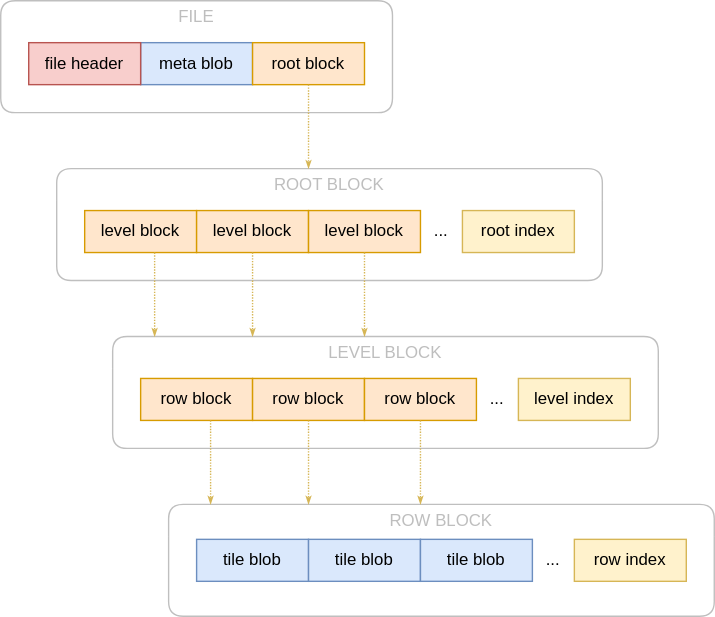
Earlier version of the draw.io export docs/file_format.svg (versatiles-org/versatiles-rs). Source tidied: cells renumbered, new cells last; positions are measured from the earlier drawing's top-left corner, leaving out a move shared by most shapes.
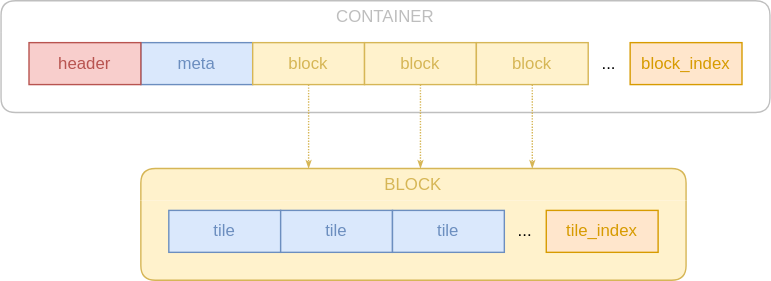
After the commit.

Change to the diagram source:
```diff
@@ -2,91 +2,55 @@
   <root>
     <mxCell id="0" />
     <mxCell id="1" parent="0" />
-    <mxCell id="2" value="FILE" style="swimlane;whiteSpace=wrap;html=1;fillColor=none;fontColor=#000000;strokeColor=#000000;swimlaneFillColor=none;swimlaneLine=0;fontStyle=0;rounded=1;opacity=25;textOpacity=25;" parent="1" vertex="1">
-      <mxGeometry width="280" height="80" as="geometry" />
+    <mxCell id="2" value="CONTAINER" style="swimlane;whiteSpace=wrap;html=1;fillColor=none;fontColor=#000000;strokeColor=#000000;swimlaneFillColor=none;swimlaneLine=0;fontStyle=0;rounded=1;opacity=25;textOpacity=25;" parent="1" vertex="1">
+      <mxGeometry width="550" height="80" as="geometry" />
     </mxCell>
-    <mxCell id="3" value="meta blob" style="rounded=0;whiteSpace=wrap;html=1;fillColor=#dae8fc;strokeColor=#6c8ebf;" parent="2" vertex="1">
+    <mxCell id="3" value="meta" style="rounded=0;whiteSpace=wrap;html=1;fillColor=#dae8fc;strokeColor=#6C8EBF;fontColor=#6C8EBF;" parent="2" vertex="1">
       <mxGeometry x="100" y="30" width="80" height="30" as="geometry" />
     </mxCell>
-    <mxCell id="4" value="root block" style="rounded=0;whiteSpace=wrap;html=1;fillColor=#ffe6cc;strokeColor=#d79b00;" parent="2" vertex="1">
-      <mxGeometry x="180" y="30" width="80" height="30" as="geometry" />
-    </mxCell>
-    <mxCell id="5" value="file header" style="rounded=0;whiteSpace=wrap;html=1;fillColor=#f8cecc;strokeColor=#b85450;fillOpacity=100;fontColor=default;" parent="2" vertex="1">
+    <mxCell id="5" value="header" style="rounded=0;whiteSpace=wrap;html=1;fillColor=#f8cecc;strokeColor=#b85450;fillOpacity=100;fontColor=#B85450;" parent="2" vertex="1">
       <mxGeometry x="20" y="30" width="80" height="30" as="geometry" />
     </mxCell>
-    <mxCell id="6" value="ROOT BLOCK" style="swimlane;whiteSpace=wrap;html=1;fillColor=none;fontColor=#000000;strokeColor=#000000;swimlaneFillColor=none;swimlaneHead=1;swimlaneBody=1;fontStyle=0;swimlaneLine=0;sketch=0;rounded=1;opacity=25;textOpacity=25;" parent="1" vertex="1">
-      <mxGeometry x="40" y="120" width="390" height="80" as="geometry" />
-    </mxCell>
-    <mxCell id="7" value="root index" style="rounded=0;whiteSpace=wrap;html=1;fillColor=#fff2cc;strokeColor=#d6b656;" parent="6" vertex="1">
-      <mxGeometry x="290" y="30" width="80" height="30" as="geometry" />
+    <mxCell id="7" value="block_index" style="rounded=0;whiteSpace=wrap;html=1;fillColor=#ffe6cc;strokeColor=#D79B00;fontColor=#D79B00;" parent="2" vertex="1">
+      <mxGeometry x="450" y="30" width="80" height="30" as="geometry" />
     </mxCell>
-    <mxCell id="8" value="level block" style="rounded=0;whiteSpace=wrap;html=1;fillColor=#ffe6cc;strokeColor=#d79b00;" parent="6" vertex="1">
-      <mxGeometry x="20" y="30" width="80" height="30" as="geometry" />
+    <mxCell id="8" value="block" style="rounded=0;whiteSpace=wrap;html=1;fillColor=#FFF2CC;strokeColor=#D6B656;swimlaneFillColor=#FFF2CC;fontColor=#D6B656;" parent="2" vertex="1">
+      <mxGeometry x="180" y="30" width="80" height="30" as="geometry" />
     </mxCell>
-    <mxCell id="9" value="..." style="text;html=1;strokeColor=none;fillColor=none;align=center;verticalAlign=middle;whiteSpace=wrap;rounded=0;" parent="6" vertex="1">
-      <mxGeometry x="260" y="30" width="30" height="30" as="geometry" />
+    <mxCell id="9" value="..." style="text;html=1;strokeColor=none;fillColor=none;align=center;verticalAlign=middle;whiteSpace=wrap;rounded=0;" parent="2" vertex="1">
+      <mxGeometry x="420" y="30" width="30" height="30" as="geometry" />
     </mxCell>
-    <mxCell id="10" value="level block" style="rounded=0;whiteSpace=wrap;html=1;fillColor=#ffe6cc;strokeColor=#d79b00;" parent="6" vertex="1">
-      <mxGeometry x="100" y="30" width="80" height="30" as="geometry" />
+    <mxCell id="10" value="block" style="rounded=0;whiteSpace=wrap;html=1;fillColor=#FFF2CC;strokeColor=#D6B656;swimlaneFillColor=#FFF2CC;fontColor=#D6B656;" parent="2" vertex="1">
+      <mxGeometry x="260" y="30" width="80" height="30" as="geometry" />
     </mxCell>
-    <mxCell id="11" value="level block" style="rounded=0;whiteSpace=wrap;html=1;fillColor=#ffe6cc;strokeColor=#d79b00;" parent="6" vertex="1">
-      <mxGeometry x="180" y="30" width="80" height="30" as="geometry" />
+    <mxCell id="11" value="block" style="rounded=0;whiteSpace=wrap;html=1;fillColor=#FFF2CC;strokeColor=#D6B656;swimlaneFillColor=#FFF2CC;fontColor=#D6B656;" parent="2" vertex="1">
+      <mxGeometry x="340" y="30" width="80" height="30" as="geometry" />
     </mxCell>
-    <mxCell id="12" value="LEVEL BLOCK" style="swimlane;whiteSpace=wrap;html=1;fillColor=none;fontColor=#000000;strokeColor=#000000;swimlaneFillColor=none;fontStyle=0;swimlaneLine=0;rounded=1;opacity=25;textOpacity=25;" parent="1" vertex="1">
-      <mxGeometry x="80" y="240" width="390" height="80" as="geometry" />
-    </mxCell>
-    <mxCell id="13" value="level index" style="rounded=0;whiteSpace=wrap;html=1;fillColor=#fff2cc;strokeColor=#d6b656;" parent="12" vertex="1">
-      <mxGeometry x="290" y="30" width="80" height="30" as="geometry" />
-    </mxCell>
-    <mxCell id="14" value="row block" style="rounded=0;whiteSpace=wrap;html=1;fillColor=#ffe6cc;strokeColor=#d79b00;" parent="12" vertex="1">
-      <mxGeometry x="20" y="30" width="80" height="30" as="geometry" />
-    </mxCell>
-    <mxCell id="15" value="..." style="text;html=1;strokeColor=none;fillColor=none;align=center;verticalAlign=middle;whiteSpace=wrap;rounded=0;" parent="12" vertex="1">
-      <mxGeometry x="260" y="30" width="30" height="30" as="geometry" />
-    </mxCell>
-    <mxCell id="16" value="row block" style="rounded=0;whiteSpace=wrap;html=1;fillColor=#ffe6cc;strokeColor=#d79b00;" parent="12" vertex="1">
-      <mxGeometry x="100" y="30" width="80" height="30" as="geometry" />
-    </mxCell>
-    <mxCell id="17" value="row block" style="rounded=0;whiteSpace=wrap;html=1;fillColor=#ffe6cc;strokeColor=#d79b00;" parent="12" vertex="1">
-      <mxGeometry x="180" y="30" width="80" height="30" as="geometry" />
-    </mxCell>
-    <mxCell id="18" value="ROW BLOCK" style="swimlane;whiteSpace=wrap;html=1;fillColor=none;fontColor=#000000;strokeColor=#000000;swimlaneFillColor=none;fontStyle=0;swimlaneLine=0;rounded=1;opacity=25;textOpacity=25;" parent="1" vertex="1">
-      <mxGeometry x="120" y="360" width="390" height="80" as="geometry" />
+    <mxCell id="18" value="BLOCK" style="swimlane;whiteSpace=wrap;html=1;fillColor=#FFF2CC;strokeColor=#D6B656;swimlaneFillColor=#FFF2CC;fontStyle=0;swimlaneLine=0;rounded=1;fontColor=#D6B656;" parent="1" vertex="1">
+      <mxGeometry x="100" y="120" width="390" height="80" as="geometry" />
     </mxCell>
-    <mxCell id="19" value="row index" style="rounded=0;whiteSpace=wrap;html=1;fillColor=#fff2cc;strokeColor=#d6b656;" parent="18" vertex="1">
-      <mxGeometry x="290" y="25" width="80" height="30" as="geometry" />
+    <mxCell id="19" value="tile_index" style="rounded=0;whiteSpace=wrap;html=1;fillColor=#ffe6cc;strokeColor=#D79B00;fontColor=#D79B00;" parent="18" vertex="1">
+      <mxGeometry x="290" y="30" width="80" height="30" as="geometry" />
     </mxCell>
-    <mxCell id="20" value="tile blob" style="rounded=0;whiteSpace=wrap;html=1;fillColor=#dae8fc;strokeColor=#6c8ebf;" parent="18" vertex="1">
-      <mxGeometry x="20" y="25" width="80" height="30" as="geometry" />
+    <mxCell id="20" value="tile" style="rounded=0;whiteSpace=wrap;html=1;fillColor=#dae8fc;strokeColor=#6c8ebf;fontColor=#6C8EBF;" parent="18" vertex="1">
+      <mxGeometry x="20" y="30" width="80" height="30" as="geometry" />
     </mxCell>
     <mxCell id="21" value="..." style="text;html=1;strokeColor=none;fillColor=none;align=center;verticalAlign=middle;whiteSpace=wrap;rounded=0;" parent="18" vertex="1">
-      <mxGeometry x="260" y="25" width="30" height="30" as="geometry" />
+      <mxGeometry x="260" y="30" width="30" height="30" as="geometry" />
     </mxCell>
-    <mxCell id="22" value="tile blob" style="rounded=0;whiteSpace=wrap;html=1;fillColor=#dae8fc;strokeColor=#6c8ebf;" parent="18" vertex="1">
-      <mxGeometry x="100" y="25" width="80" height="30" as="geometry" />
+    <mxCell id="22" value="tile" style="rounded=0;whiteSpace=wrap;html=1;fillColor=#dae8fc;strokeColor=#6c8ebf;fontColor=#6C8EBF;" parent="18" vertex="1">
+      <mxGeometry x="100" y="30" width="80" height="30" as="geometry" />
     </mxCell>
-    <mxCell id="23" value="tile blob" style="rounded=0;whiteSpace=wrap;html=1;fillColor=#dae8fc;strokeColor=#6c8ebf;" parent="18" vertex="1">
-      <mxGeometry x="180" y="25" width="80" height="30" as="geometry" />
+    <mxCell id="23" value="tile" style="rounded=0;whiteSpace=wrap;html=1;fillColor=#dae8fc;strokeColor=#6c8ebf;fontColor=#6C8EBF;" parent="18" vertex="1">
+      <mxGeometry x="180" y="30" width="80" height="30" as="geometry" />
     </mxCell>
-    <mxCell id="24" style="jettySize=auto;html=1;rounded=0;strokeColor=#d6b656;fillColor=#fff2cc;endArrow=classicThin;endFill=1;strokeWidth=1;endSize=3;startSize=3;sketch=0;edgeStyle=elbowEdgeStyle;dashed=1;dashPattern=1 1;" parent="1" edge="1" source="14" target="18">
-      <mxGeometry relative="1" as="geometry" />
-    </mxCell>
-    <mxCell id="25" style="jettySize=auto;html=1;rounded=0;strokeColor=#d6b656;fillColor=#fff2cc;endArrow=classicThin;endFill=1;strokeWidth=1;endSize=3;startSize=3;sketch=0;edgeStyle=elbowEdgeStyle;dashed=1;dashPattern=1 1;" parent="1" edge="1" source="16" target="18">
-      <mxGeometry relative="1" as="geometry" />
-    </mxCell>
-    <mxCell id="26" style="jettySize=auto;html=1;rounded=0;strokeColor=#d6b656;fillColor=#fff2cc;endArrow=classicThin;endFill=1;strokeWidth=1;endSize=3;startSize=3;sketch=0;edgeStyle=elbowEdgeStyle;dashed=1;dashPattern=1 1;" parent="1" edge="1" source="17" target="18">
-      <mxGeometry relative="1" as="geometry" />
-    </mxCell>
-    <mxCell id="27" style="jettySize=auto;html=1;rounded=0;strokeColor=#d6b656;fillColor=#fff2cc;endArrow=classicThin;endFill=1;strokeWidth=1;endSize=3;startSize=3;sketch=0;edgeStyle=elbowEdgeStyle;dashed=1;dashPattern=1 1;" parent="1" edge="1" source="11" target="12">
+    <mxCell id="27" style="jettySize=auto;html=1;rounded=0;strokeColor=#d6b656;fillColor=#fff2cc;endArrow=classicThin;endFill=1;strokeWidth=1;endSize=3;startSize=3;sketch=0;edgeStyle=elbowEdgeStyle;dashed=1;dashPattern=1 1;" parent="1" edge="1" source="11" target="18">
       <mxGeometry relative="1" as="geometry" />
     </mxCell>
-    <mxCell id="28" style="jettySize=auto;html=1;rounded=0;strokeColor=#d6b656;fillColor=#fff2cc;endArrow=classicThin;endFill=1;strokeWidth=1;sketch=0;edgeStyle=elbowEdgeStyle;endSize=3;startSize=3;dashed=1;dashPattern=1 1;" parent="1" edge="1" source="4" target="6">
-      <mxGeometry relative="1" as="geometry" />
-    </mxCell>
-    <mxCell id="29" style="jettySize=auto;html=1;rounded=0;strokeColor=#d6b656;fillColor=#fff2cc;endArrow=classicThin;endFill=1;strokeWidth=1;endSize=3;startSize=3;sketch=0;edgeStyle=elbowEdgeStyle;dashed=1;dashPattern=1 1;" parent="1" edge="1" source="10" target="12">
+    <mxCell id="29" style="jettySize=auto;html=1;rounded=0;strokeColor=#d6b656;fillColor=#fff2cc;endArrow=classicThin;endFill=1;strokeWidth=1;endSize=3;startSize=3;sketch=0;edgeStyle=elbowEdgeStyle;dashed=1;dashPattern=1 1;" parent="1" edge="1" source="10" target="18">
       <mxGeometry relative="1" as="geometry" />
     </mxCell>
-    <mxCell id="30" style="jettySize=auto;html=1;rounded=0;strokeColor=#d6b656;fillColor=#fff2cc;endArrow=classicThin;endFill=1;strokeWidth=1;endSize=3;startSize=3;sketch=0;edgeStyle=elbowEdgeStyle;dashed=1;dashPattern=1 1;" parent="1" edge="1" source="8" target="12">
+    <mxCell id="30" style="jettySize=auto;html=1;rounded=0;strokeColor=#d6b656;fillColor=#fff2cc;endArrow=classicThin;endFill=1;strokeWidth=1;endSize=3;startSize=3;sketch=0;edgeStyle=elbowEdgeStyle;dashed=1;dashPattern=1 1;" parent="1" edge="1" source="8" target="18">
       <mxGeometry relative="1" as="geometry" />
     </mxCell>
   </root>
```
